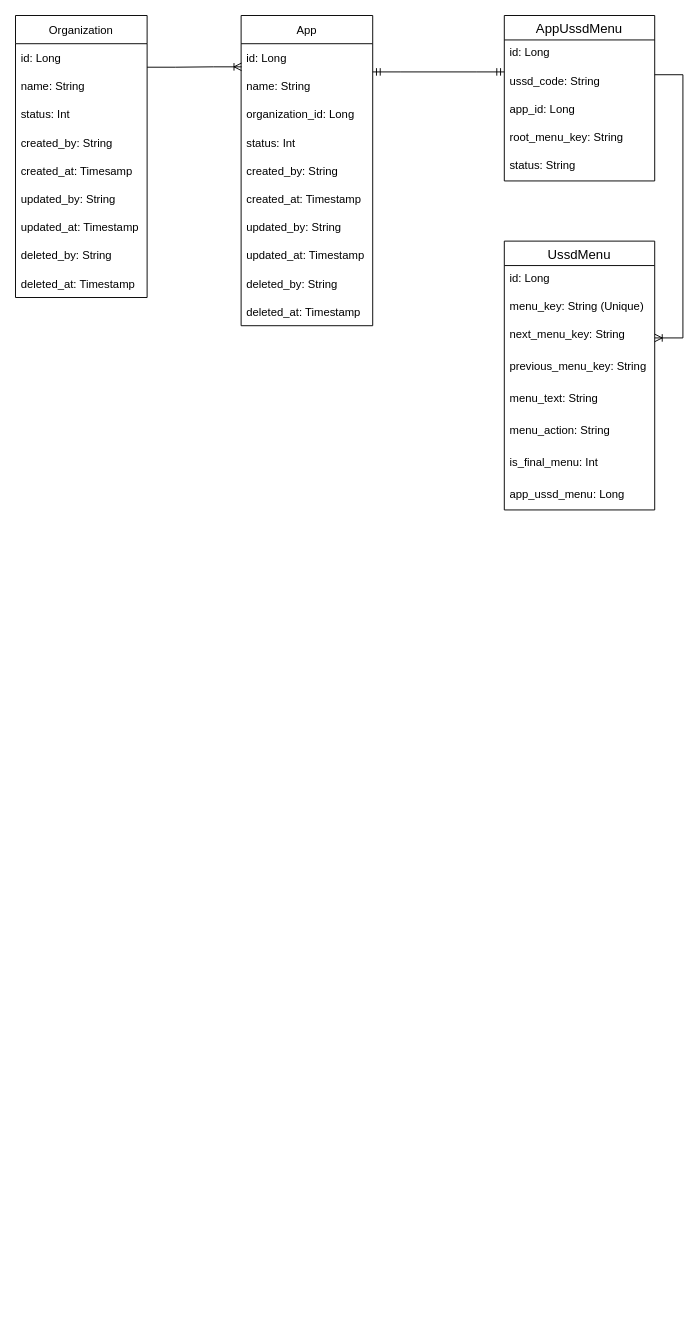
GitauSam/kappa keeps this draw.io diagram as USSD ERD.drawio. Above is the earlier version. Source tidied: cells renumbered, new cells numbered last; positions are measured from the earlier drawing's top-left corner, leaving out a move shared by most shapes. Both pictures are drawn from the tidied source at 94%, with x=0, y=0 at pixel (15, 15).
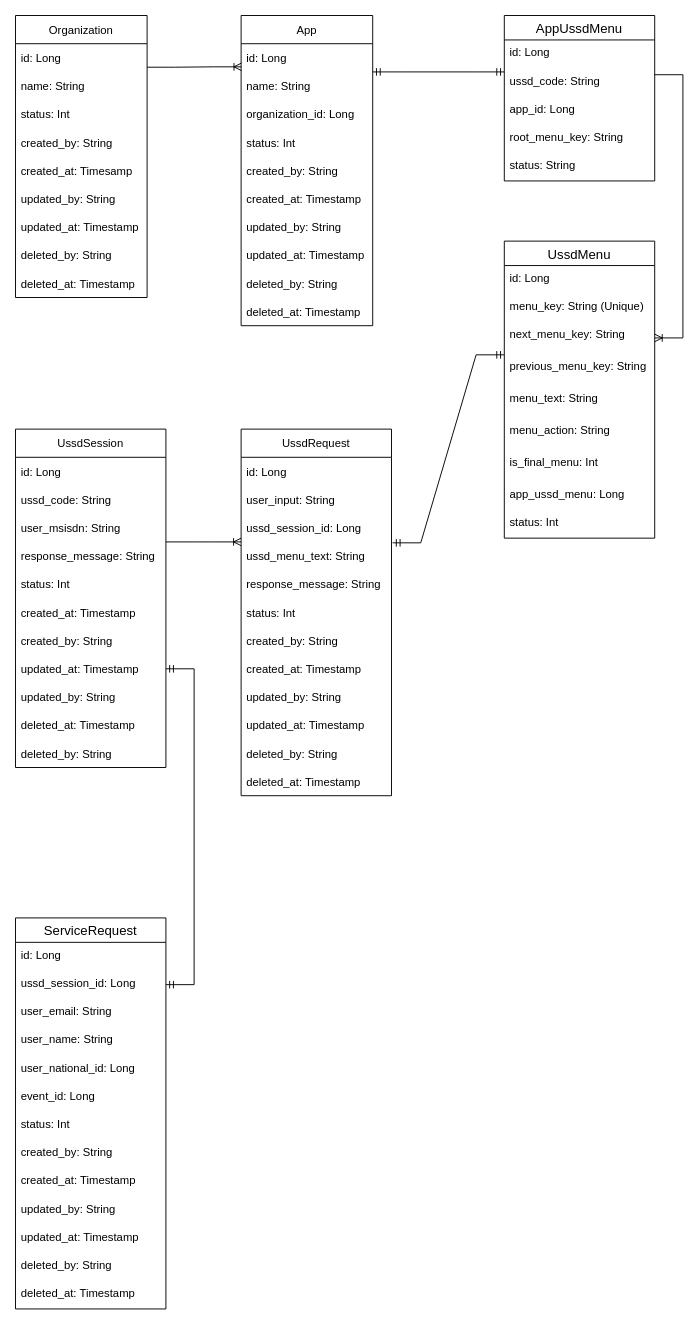
Above is the later version.

The change refers to these unchanged cells:
```xml
<mxCell id="28" value="previous_menu_key: String" style="text;strokeColor=none;fillColor=none;spacingLeft=4;spacingRight=4;overflow=hidden;points=[[0,0.5],[1,0.5]];portConstraint=eastwest;fontSize=12;" parent="24" vertex="1">
  <mxGeometry y="120" width="160" height="34" as="geometry" />
</mxCell>
```

The edit, as a diff of the source:
```diff
@@
     <mxCell id="24" value="UssdMenu" style="swimlane;fontStyle=0;horizontal=1;startSize=26;align=center;fontSize=14;" parent="1" vertex="1">
-      <mxGeometry x="520" y="240" width="160" height="286" as="geometry" />
+      <mxGeometry x="520" y="240" width="160" height="316" as="geometry" />
     </mxCell>
@@
+    <mxCell id="41" value="status: Int" style="text;strokeColor=none;fillColor=none;spacingLeft=4;spacingRight=4;overflow=hidden;fontSize=12;" parent="24" vertex="1">
+      <mxGeometry y="286" width="160" height="30" as="geometry" />
+    </mxCell>
@@
+    <mxCell id="42" value="UssdSession" style="swimlane;fontStyle=0;horizontal=1;startSize=30;" parent="1" vertex="1">
+      <mxGeometry y="440" width="160" height="360" as="geometry" />
+    </mxCell>
+    <mxCell id="43" value="id: Long" style="text;strokeColor=none;fillColor=none;align=left;verticalAlign=middle;spacingLeft=4;spacingRight=4;overflow=hidden;" parent="42" vertex="1">
+      <mxGeometry y="30" width="160" height="30" as="geometry" />
+    </mxCell>
+    <mxCell id="44" value="ussd_code: String" style="text;strokeColor=none;fillColor=none;align=left;verticalAlign=middle;spacingLeft=4;spacingRight=4;overflow=hidden;" parent="42" vertex="1">
+      <mxGeometry y="60" width="160" height="30" as="geometry" />
+    </mxCell>
+    <mxCell id="45" value="user_msisdn: String" style="text;strokeColor=none;fillColor=none;align=left;verticalAlign=middle;spacingLeft=4;spacingRight=4;overflow=hidden;" parent="42" vertex="1">
+      <mxGeometry y="90" width="160" height="30" as="geometry" />
+    </mxCell>
+    <mxCell id="46" value="response_message: String" style="text;strokeColor=none;fillColor=none;align=left;verticalAlign=middle;spacingLeft=4;spacingRight=4;overflow=hidden;" parent="42" vertex="1">
+      <mxGeometry y="120" width="160" height="30" as="geometry" />
+    </mxCell>
+    <mxCell id="47" value="status: Int" style="text;strokeColor=none;fillColor=none;align=left;verticalAlign=middle;spacingLeft=4;spacingRight=4;overflow=hidden;" parent="42" vertex="1">
+      <mxGeometry y="150" width="160" height="30" as="geometry" />
+    </mxCell>
+    <mxCell id="48" value="created_at: Timestamp" style="text;strokeColor=none;fillColor=none;align=left;verticalAlign=middle;spacingLeft=4;spacingRight=4;overflow=hidden;" parent="42" vertex="1">
+      <mxGeometry y="180" width="160" height="30" as="geometry" />
+    </mxCell>
+    <mxCell id="49" value="created_by: String" style="text;strokeColor=none;fillColor=none;align=left;verticalAlign=middle;spacingLeft=4;spacingRight=4;overflow=hidden;" parent="42" vertex="1">
+      <mxGeometry y="210" width="160" height="30" as="geometry" />
+    </mxCell>
+    <mxCell id="50" value="updated_at: Timestamp" style="text;strokeColor=none;fillColor=none;align=left;verticalAlign=middle;spacingLeft=4;spacingRight=4;overflow=hidden;points=[[0,0.5],[1,0.5]];portConstraint=eastwest;" parent="42" vertex="1">
+      <mxGeometry y="240" width="160" height="30" as="geometry" />
+    </mxCell>
+    <mxCell id="51" value="updated_by: String" style="text;strokeColor=none;fillColor=none;align=left;verticalAlign=middle;spacingLeft=4;spacingRight=4;overflow=hidden;" parent="42" vertex="1">
+      <mxGeometry y="270" width="160" height="30" as="geometry" />
+    </mxCell>
+    <mxCell id="52" value="deleted_at: Timestamp" style="text;strokeColor=none;fillColor=none;align=left;verticalAlign=middle;spacingLeft=4;spacingRight=4;overflow=hidden;" parent="42" vertex="1">
+      <mxGeometry y="300" width="160" height="30" as="geometry" />
+    </mxCell>
+    <mxCell id="53" value="deleted_by: String" style="text;strokeColor=none;fillColor=none;align=left;verticalAlign=middle;spacingLeft=4;spacingRight=4;overflow=hidden;" parent="42" vertex="1">
+      <mxGeometry y="330" width="160" height="30" as="geometry" />
+    </mxCell>
+    <mxCell id="54" value="UssdRequest" style="swimlane;fontStyle=0;horizontal=1;startSize=30;" parent="1" vertex="1">
+      <mxGeometry x="240" y="440" width="160" height="390" as="geometry" />
+    </mxCell>
+    <mxCell id="55" value="id: Long" style="text;strokeColor=none;fillColor=none;align=left;verticalAlign=middle;spacingLeft=4;spacingRight=4;overflow=hidden;" parent="54" vertex="1">
+      <mxGeometry y="30" width="160" height="30" as="geometry" />
+    </mxCell>
+    <mxCell id="56" value="user_input: String" style="text;strokeColor=none;fillColor=none;align=left;verticalAlign=middle;spacingLeft=4;spacingRight=4;overflow=hidden;" parent="54" vertex="1">
+      <mxGeometry y="60" width="160" height="30" as="geometry" />
+    </mxCell>
+    <mxCell id="57" value="ussd_session_id: Long" style="text;strokeColor=none;fillColor=none;align=left;verticalAlign=middle;spacingLeft=4;spacingRight=4;overflow=hidden;" parent="54" vertex="1">
+      <mxGeometry y="90" width="160" height="30" as="geometry" />
+    </mxCell>
+    <mxCell id="58" value="ussd_menu_text: String" style="text;strokeColor=none;fillColor=none;align=left;verticalAlign=middle;spacingLeft=4;spacingRight=4;overflow=hidden;points=[[0,0.5],[1,0.5]];portConstraint=eastwest;" parent="54" vertex="1">
+      <mxGeometry y="120" width="160" height="30" as="geometry" />
+    </mxCell>
+    <mxCell id="59" value="response_message: String" style="text;strokeColor=none;fillColor=none;align=left;verticalAlign=middle;spacingLeft=4;spacingRight=4;overflow=hidden;" parent="54" vertex="1">
+      <mxGeometry y="150" width="160" height="30" as="geometry" />
+    </mxCell>
+    <mxCell id="60" value="status: Int" style="text;strokeColor=none;fillColor=none;align=left;verticalAlign=middle;spacingLeft=4;spacingRight=4;overflow=hidden;" parent="54" vertex="1">
+      <mxGeometry y="180" width="160" height="30" as="geometry" />
+    </mxCell>
+    <mxCell id="61" value="created_by: String" style="text;strokeColor=none;fillColor=none;align=left;verticalAlign=middle;spacingLeft=4;spacingRight=4;overflow=hidden;" parent="54" vertex="1">
+      <mxGeometry y="210" width="160" height="30" as="geometry" />
+    </mxCell>
+    <mxCell id="62" value="created_at: Timestamp" style="text;strokeColor=none;fillColor=none;align=left;verticalAlign=middle;spacingLeft=4;spacingRight=4;overflow=hidden;" parent="54" vertex="1">
+      <mxGeometry y="240" width="160" height="30" as="geometry" />
+    </mxCell>
+    <mxCell id="63" value="updated_by: String" style="text;strokeColor=none;fillColor=none;align=left;verticalAlign=middle;spacingLeft=4;spacingRight=4;overflow=hidden;" parent="54" vertex="1">
+      <mxGeometry y="270" width="160" height="30" as="geometry" />
+    </mxCell>
+    <mxCell id="64" value="updated_at: Timestamp" style="text;strokeColor=none;fillColor=none;align=left;verticalAlign=middle;spacingLeft=4;spacingRight=4;overflow=hidden;" parent="54" vertex="1">
+      <mxGeometry y="300" width="160" height="30" as="geometry" />
+    </mxCell>
+    <mxCell id="65" value="deleted_by: String" style="text;strokeColor=none;fillColor=none;align=left;verticalAlign=middle;spacingLeft=4;spacingRight=4;overflow=hidden;" parent="54" vertex="1">
+      <mxGeometry y="330" width="160" height="30" as="geometry" />
+    </mxCell>
+    <mxCell id="66" value="deleted_at: Timestamp" style="text;strokeColor=none;fillColor=none;align=left;verticalAlign=middle;spacingLeft=4;spacingRight=4;overflow=hidden;" parent="54" vertex="1">
+      <mxGeometry y="360" width="160" height="30" as="geometry" />
+    </mxCell>
+    <mxCell id="67" style="edgeStyle=entityRelationEdgeStyle;fontSize=12;html=1;endArrow=ERoneToMany;rounded=0;" parent="1" edge="1">
+      <mxGeometry relative="1" as="geometry">
+        <mxPoint x="160" y="560" as="sourcePoint" />
+        <mxPoint x="240" y="560" as="targetPoint" />
+      </mxGeometry>
+    </mxCell>
+    <mxCell id="68" style="edgeStyle=entityRelationEdgeStyle;fontSize=12;html=1;endArrow=ERmandOne;startArrow=ERmandOne;rounded=0;entryX=0;entryY=0.029;entryDx=0;entryDy=0;entryPerimeter=0;exitX=1.007;exitY=0.033;exitDx=0;exitDy=0;exitPerimeter=0;" parent="1" edge="1" source="58" target="28">
+      <mxGeometry relative="1" as="geometry" />
+    </mxCell>
+    <mxCell id="69" value="ServiceRequest" style="swimlane;fontStyle=0;horizontal=1;startSize=26;align=center;fontSize=14;" parent="1" vertex="1">
+      <mxGeometry y="960" width="160" height="416" as="geometry" />
+    </mxCell>
+    <mxCell id="70" value="id: Long" style="text;strokeColor=none;fillColor=none;spacingLeft=4;spacingRight=4;overflow=hidden;fontSize=12;" parent="69" vertex="1">
+      <mxGeometry y="26" width="160" height="30" as="geometry" />
+    </mxCell>
+    <mxCell id="71" value="ussd_session_id: Long" style="text;strokeColor=none;fillColor=none;spacingLeft=4;spacingRight=4;overflow=hidden;points=[[0,0.5],[1,0.5]];portConstraint=eastwest;fontSize=12;" parent="69" vertex="1">
+      <mxGeometry y="56" width="160" height="30" as="geometry" />
+    </mxCell>
+    <mxCell id="72" value="user_email: String" style="text;strokeColor=none;fillColor=none;spacingLeft=4;spacingRight=4;overflow=hidden;fontSize=12;" parent="69" vertex="1">
+      <mxGeometry y="86" width="160" height="30" as="geometry" />
+    </mxCell>
+    <mxCell id="73" value="user_name: String" style="text;strokeColor=none;fillColor=none;spacingLeft=4;spacingRight=4;overflow=hidden;fontSize=12;" parent="69" vertex="1">
+      <mxGeometry y="116" width="160" height="30" as="geometry" />
+    </mxCell>
+    <mxCell id="74" value="user_national_id: Long" style="text;strokeColor=none;fillColor=none;spacingLeft=4;spacingRight=4;overflow=hidden;fontSize=12;" parent="69" vertex="1">
+      <mxGeometry y="146" width="160" height="30" as="geometry" />
+    </mxCell>
+    <mxCell id="75" value="event_id: Long" style="text;strokeColor=none;fillColor=none;spacingLeft=4;spacingRight=4;overflow=hidden;fontSize=12;" parent="69" vertex="1">
+      <mxGeometry y="176" width="160" height="30" as="geometry" />
+    </mxCell>
+    <mxCell id="76" value="status: Int" style="text;strokeColor=none;fillColor=none;spacingLeft=4;spacingRight=4;overflow=hidden;fontSize=12;" parent="69" vertex="1">
+      <mxGeometry y="206" width="160" height="30" as="geometry" />
+    </mxCell>
+    <mxCell id="77" value="created_by: String" style="text;strokeColor=none;fillColor=none;spacingLeft=4;spacingRight=4;overflow=hidden;fontSize=12;" parent="69" vertex="1">
+      <mxGeometry y="236" width="160" height="30" as="geometry" />
+    </mxCell>
+    <mxCell id="78" value="created_at: Timestamp" style="text;strokeColor=none;fillColor=none;spacingLeft=4;spacingRight=4;overflow=hidden;fontSize=12;" parent="69" vertex="1">
+      <mxGeometry y="266" width="160" height="30" as="geometry" />
+    </mxCell>
+    <mxCell id="79" value="updated_by: String" style="text;strokeColor=none;fillColor=none;spacingLeft=4;spacingRight=4;overflow=hidden;fontSize=12;" parent="69" vertex="1">
+      <mxGeometry y="296" width="160" height="30" as="geometry" />
+    </mxCell>
+    <mxCell id="80" value="updated_at: Timestamp" style="text;strokeColor=none;fillColor=none;spacingLeft=4;spacingRight=4;overflow=hidden;fontSize=12;" parent="69" vertex="1">
+      <mxGeometry y="326" width="160" height="30" as="geometry" />
+    </mxCell>
+    <mxCell id="81" value="deleted_by: String" style="text;strokeColor=none;fillColor=none;spacingLeft=4;spacingRight=4;overflow=hidden;fontSize=12;" parent="69" vertex="1">
+      <mxGeometry y="356" width="160" height="30" as="geometry" />
+    </mxCell>
+    <mxCell id="82" value="deleted_at: Timestamp" style="text;strokeColor=none;fillColor=none;spacingLeft=4;spacingRight=4;overflow=hidden;fontSize=12;" parent="69" vertex="1">
+      <mxGeometry y="386" width="160" height="30" as="geometry" />
+    </mxCell>
+    <mxCell id="83" style="edgeStyle=entityRelationEdgeStyle;fontSize=12;html=1;endArrow=ERmandOne;startArrow=ERmandOne;rounded=0;entryX=1;entryY=0.5;entryDx=0;entryDy=0;" parent="1" edge="1" source="50" target="71">
+      <mxGeometry relative="1" as="geometry" />
+    </mxCell>
```
